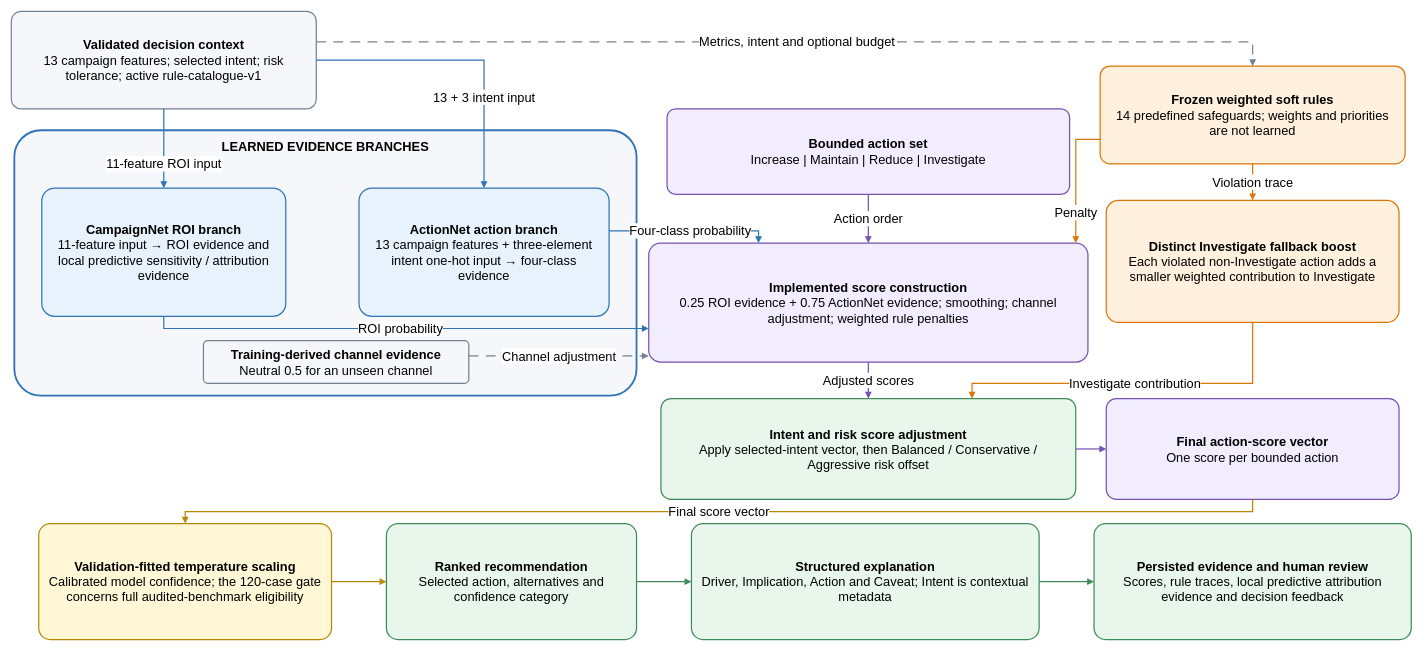
Earlier version of the draw.io diagram docs/chapter4_figures/Figure_4_3_Internal_Method_Architecture_Guidance_Revised.drawio (j1ngy0ng/FYP-Desicion-Support-System). Source tidied: cells renumbered, new cells numbered last; positions are measured from the earlier drawing's top-left corner, leaving out a move shared by most shapes. Both pictures are drawn from the tidied source at 61%, with x=0, y=0 at pixel (11, 11).
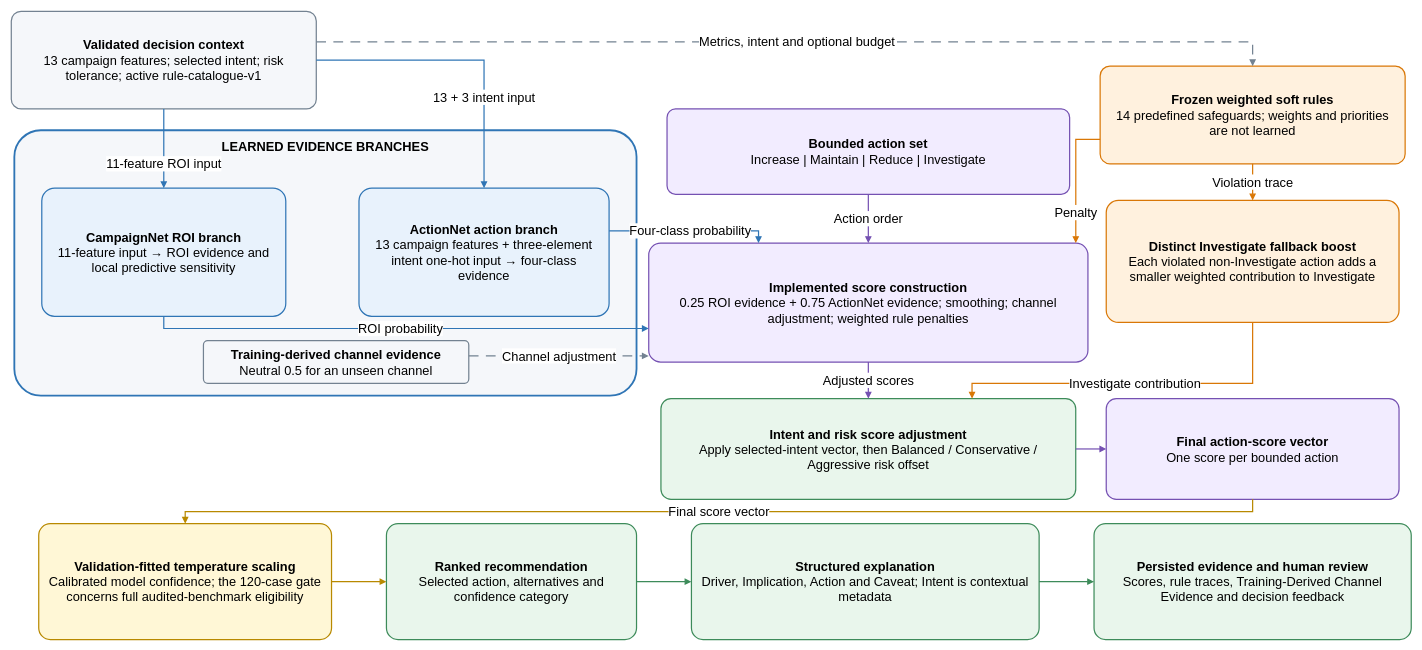
Above is the later version.

The edit, as a diff of the source:
```diff
@@
-    <mxCell id="4" value="&lt;b&gt;CampaignNet ROI branch&lt;/b&gt;&lt;br&gt;11-feature input → ROI evidence and local predictive sensitivity / attribution evidence" style="rounded=1;arcSize=10;whiteSpace=wrap;html=1;align=center;verticalAlign=middle;spacing=10;fontFamily=Arial;fontSize=21;fillColor=#E8F2FC;strokeColor=#2F75B5;strokeWidth=2;" parent="1" vertex="1">
+    <mxCell id="4" value="&lt;b&gt;CampaignNet ROI branch&lt;/b&gt;&lt;br&gt;11-feature input → ROI evidence and local predictive sensitivity" style="rounded=1;arcSize=10;whiteSpace=wrap;html=1;align=center;verticalAlign=middle;spacing=10;fontFamily=Arial;fontSize=21;fillColor=#E8F2FC;strokeColor=#2F75B5;strokeWidth=2;" parent="1" vertex="1">
       <mxGeometry x="50" y="290" width="400" height="210" as="geometry" />
     </mxCell>
@@
-    <mxCell id="16" value="&lt;b&gt;Persisted evidence and human review&lt;/b&gt;&lt;br&gt;Scores, rule traces, local predictive attribution evidence and decision feedback" style="rounded=1;arcSize=10;whiteSpace=wrap;html=1;align=center;verticalAlign=middle;spacing=10;fontFamily=Arial;fontSize=21;fillColor=#E9F6EC;strokeColor=#3D8B5A;strokeWidth=2;" parent="1" vertex="1">
+    <mxCell id="16" value="&lt;b&gt;Persisted evidence and human review&lt;/b&gt;&lt;br&gt;Scores, rule traces, Training-Derived Channel Evidence and decision feedback" style="rounded=1;arcSize=10;whiteSpace=wrap;html=1;align=center;verticalAlign=middle;spacing=10;fontFamily=Arial;fontSize=21;fillColor=#E9F6EC;strokeColor=#3D8B5A;strokeWidth=2;" parent="1" vertex="1">
       <mxGeometry x="1775" y="840" width="520" height="190" as="geometry" />
     </mxCell>
```
